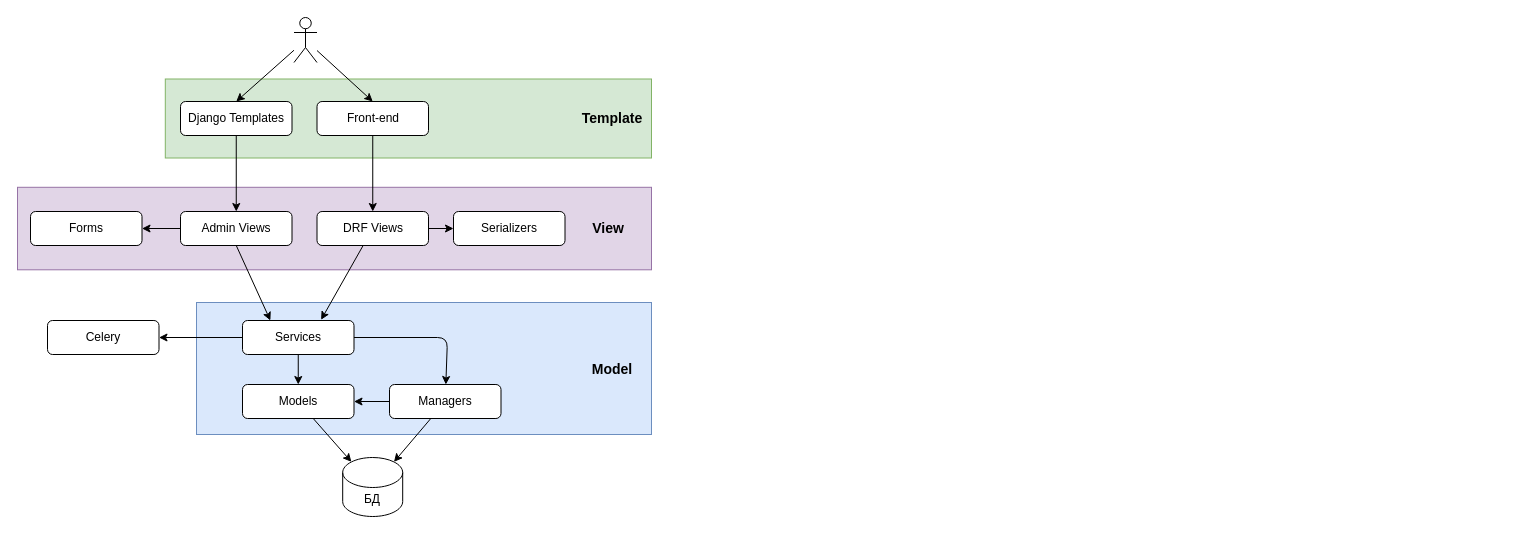
inilay/ATS keeps this draw.io diagram as page "Page-2" (2 of 6) of backend/brackets.dio. Above is the earlier version. Source tidied: cells renumbered, new cells numbered last; positions are measured from the earlier drawing's top-left corner, leaving out a move shared by most shapes. Both pictures are drawn from the tidied source at 100%, with x=0, y=0 at pixel (17, 17).
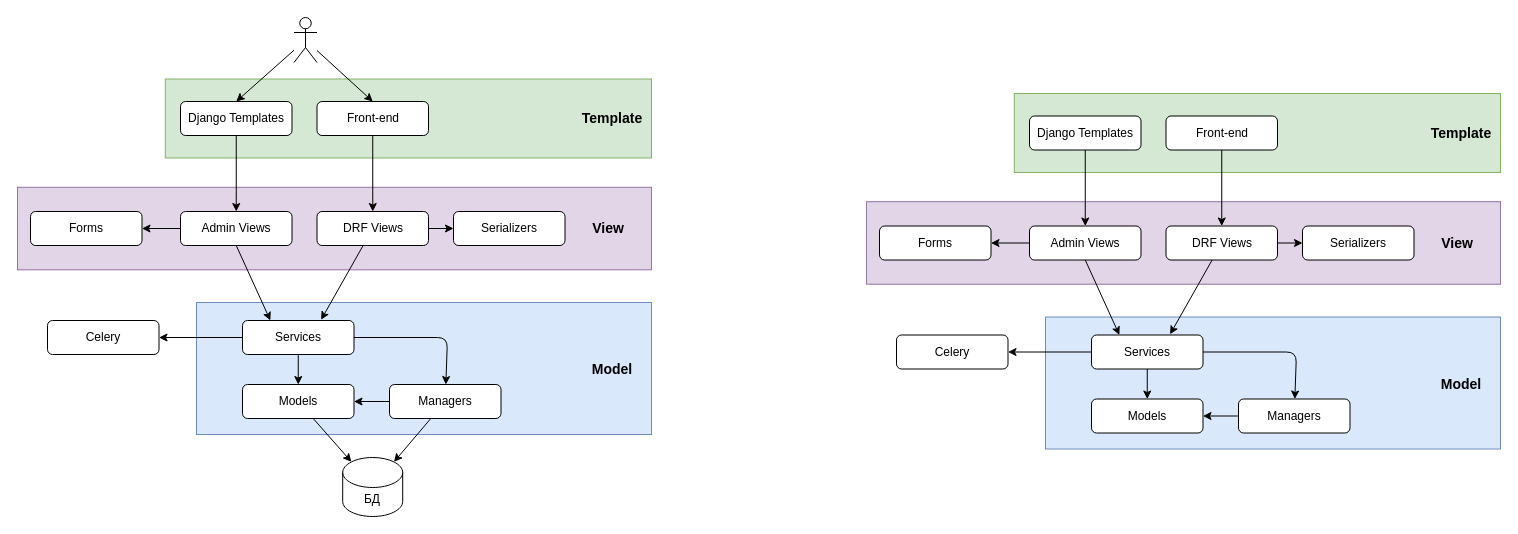
After the change.

Diff of the diagram source:
```diff
@@
+    <mxCell id="34" style="rounded=0;whiteSpace=wrap;html=1;fillColor=#dae8fc;strokeColor=#6c8ebf;" parent="1" vertex="1">
+      <mxGeometry x="1028" y="299.5" width="455" height="132" as="geometry" />
+    </mxCell>
+    <mxCell id="35" style="rounded=0;whiteSpace=wrap;html=1;fillColor=#e1d5e7;strokeColor=#9673a6;" parent="1" vertex="1">
+      <mxGeometry x="849" y="184.2" width="634" height="82.5" as="geometry" />
+    </mxCell>
+    <mxCell id="36" style="rounded=0;whiteSpace=wrap;html=1;fillColor=#d5e8d4;strokeColor=#82b366;" parent="1" vertex="1">
+      <mxGeometry x="996.8" y="76" width="486.2" height="79" as="geometry" />
+    </mxCell>
+    <mxCell id="37" style="edgeStyle=none;html=1;" parent="1" edge="1" source="38" target="41">
+      <mxGeometry relative="1" as="geometry" />
+    </mxCell>
+    <mxCell id="38" value="Front-end" style="rounded=1;whiteSpace=wrap;html=1;" parent="1" vertex="1">
+      <mxGeometry x="1148.5" y="98.5" width="111.5" height="34" as="geometry" />
+    </mxCell>
+    <mxCell id="39" style="edgeStyle=none;html=1;exitX=1;exitY=0.5;exitDx=0;exitDy=0;entryX=0;entryY=0.5;entryDx=0;entryDy=0;endArrow=classic;endFill=1;startArrow=none;startFill=0;" parent="1" edge="1" source="41" target="42">
+      <mxGeometry relative="1" as="geometry" />
+    </mxCell>
+    <mxCell id="40" style="edgeStyle=none;html=1;entryX=0.705;entryY=-0.021;entryDx=0;entryDy=0;entryPerimeter=0;" parent="1" edge="1" source="41" target="46">
+      <mxGeometry relative="1" as="geometry" />
+    </mxCell>
+    <mxCell id="41" value="DRF Views" style="rounded=1;whiteSpace=wrap;html=1;" parent="1" vertex="1">
+      <mxGeometry x="1148.5" y="208.5" width="111.5" height="34" as="geometry" />
+    </mxCell>
+    <mxCell id="42" value="Serializers" style="rounded=1;whiteSpace=wrap;html=1;" parent="1" vertex="1">
+      <mxGeometry x="1285" y="208.5" width="111.5" height="34" as="geometry" />
+    </mxCell>
+    <mxCell id="43" style="edgeStyle=none;html=1;exitX=1;exitY=0.5;exitDx=0;exitDy=0;" parent="1" edge="1" source="46" target="48">
+      <mxGeometry relative="1" as="geometry">
+        <Array as="points">
+          <mxPoint x="1279" y="334.5" />
+        </Array>
+      </mxGeometry>
+    </mxCell>
+    <mxCell id="44" style="edgeStyle=none;html=1;entryX=1;entryY=0.5;entryDx=0;entryDy=0;" parent="1" edge="1" source="46" target="50">
+      <mxGeometry relative="1" as="geometry" />
+    </mxCell>
+    <mxCell id="45" style="edgeStyle=none;html=1;entryX=0.5;entryY=0;entryDx=0;entryDy=0;" parent="1" edge="1" source="46" target="49">
+      <mxGeometry relative="1" as="geometry" />
+    </mxCell>
+    <mxCell id="46" value="Services" style="rounded=1;whiteSpace=wrap;html=1;" parent="1" vertex="1">
+      <mxGeometry x="1074" y="317.5" width="111.5" height="34" as="geometry" />
+    </mxCell>
+    <mxCell id="47" style="edgeStyle=none;html=1;entryX=1;entryY=0.5;entryDx=0;entryDy=0;" parent="1" edge="1" source="48" target="49">
+      <mxGeometry relative="1" as="geometry" />
+    </mxCell>
+    <mxCell id="48" value="Managers" style="rounded=1;whiteSpace=wrap;html=1;" parent="1" vertex="1">
+      <mxGeometry x="1221" y="381.5" width="111.5" height="34" as="geometry" />
+    </mxCell>
+    <mxCell id="49" value="Models" style="rounded=1;whiteSpace=wrap;html=1;" parent="1" vertex="1">
+      <mxGeometry x="1074" y="381.5" width="111.5" height="34" as="geometry" />
+    </mxCell>
+    <mxCell id="50" value="Celery" style="rounded=1;whiteSpace=wrap;html=1;" parent="1" vertex="1">
+      <mxGeometry x="879" y="317.5" width="111.5" height="34" as="geometry" />
+    </mxCell>
+    <mxCell id="51" style="edgeStyle=none;html=1;exitX=0.5;exitY=1;exitDx=0;exitDy=0;entryX=0.5;entryY=0;entryDx=0;entryDy=0;" parent="1" edge="1" source="52" target="55">
+      <mxGeometry relative="1" as="geometry" />
+    </mxCell>
+    <mxCell id="52" value="Django Templates" style="rounded=1;whiteSpace=wrap;html=1;" parent="1" vertex="1">
+      <mxGeometry x="1012" y="98.5" width="111.5" height="34" as="geometry" />
+    </mxCell>
+    <mxCell id="53" style="edgeStyle=none;html=1;" parent="1" edge="1" source="55" target="56">
+      <mxGeometry relative="1" as="geometry" />
+    </mxCell>
+    <mxCell id="54" style="edgeStyle=none;html=1;exitX=0.5;exitY=1;exitDx=0;exitDy=0;entryX=0.25;entryY=0;entryDx=0;entryDy=0;" parent="1" edge="1" source="55" target="46">
+      <mxGeometry relative="1" as="geometry" />
+    </mxCell>
+    <mxCell id="55" value="Admin Views" style="rounded=1;whiteSpace=wrap;html=1;" parent="1" vertex="1">
+      <mxGeometry x="1012" y="208.5" width="111.5" height="34" as="geometry" />
+    </mxCell>
+    <mxCell id="56" value="Forms" style="rounded=1;whiteSpace=wrap;html=1;" parent="1" vertex="1">
+      <mxGeometry x="862" y="208.5" width="111.5" height="34" as="geometry" />
+    </mxCell>
+    <mxCell id="57" value="&lt;font style=&quot;font-size: 14px;&quot;&gt;&lt;b&gt;Template&lt;/b&gt;&lt;/font&gt;" style="text;html=1;align=center;verticalAlign=middle;whiteSpace=wrap;rounded=0;fontFamily=Helvetica;fontSize=12;fontColor=default;" parent="1" vertex="1">
+      <mxGeometry x="1414" y="100.5" width="60" height="30" as="geometry" />
+    </mxCell>
+    <mxCell id="58" value="&lt;font style=&quot;font-size: 14px;&quot;&gt;&lt;b&gt;View&lt;/b&gt;&lt;/font&gt;" style="text;html=1;align=center;verticalAlign=middle;whiteSpace=wrap;rounded=0;fontFamily=Helvetica;fontSize=12;fontColor=default;" parent="1" vertex="1">
+      <mxGeometry x="1410" y="210.5" width="60" height="30" as="geometry" />
+    </mxCell>
+    <mxCell id="59" value="&lt;font style=&quot;font-size: 14px;&quot;&gt;&lt;b&gt;Model&lt;/b&gt;&lt;/font&gt;" style="text;html=1;align=center;verticalAlign=middle;whiteSpace=wrap;rounded=0;fontFamily=Helvetica;fontSize=12;fontColor=default;" parent="1" vertex="1">
+      <mxGeometry x="1414" y="351.5" width="60" height="30" as="geometry" />
+    </mxCell>
```
